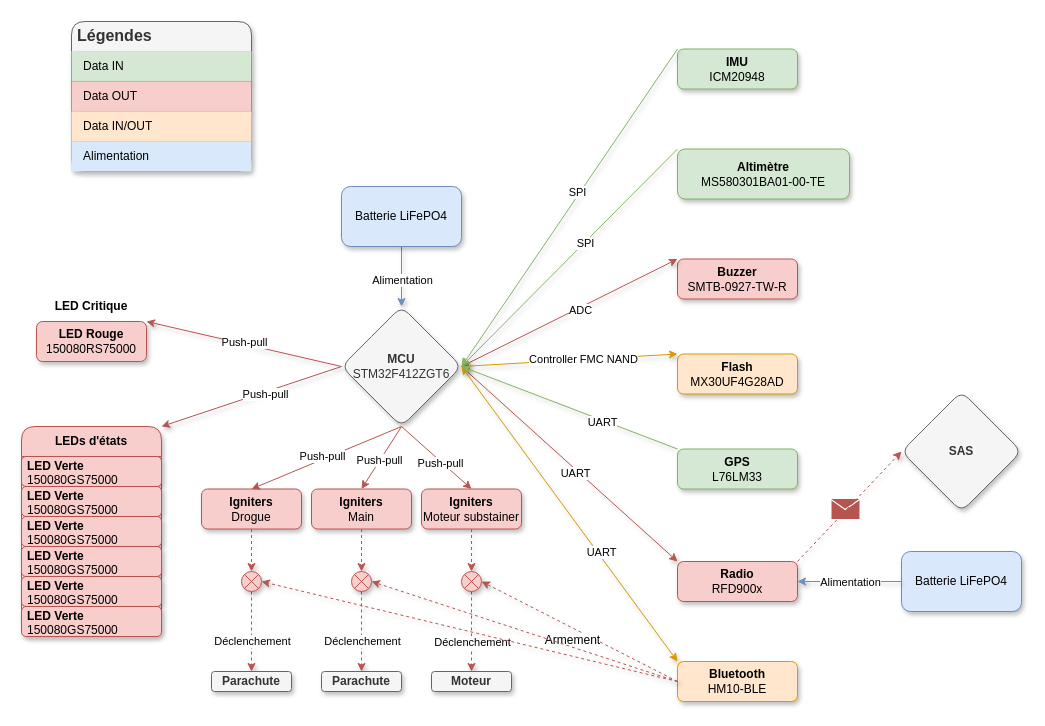
GAULAvionique2024-2025/Ordinateur-de-bord keeps this draw.io diagram as Documentation/ODB2/Composantes/Diagram_ODB2.drawio. Above is the earlier version. Source tidied: cells renumbered, new cells numbered last; positions are measured from the earlier drawing's top-left corner, leaving out a move shared by most shapes. Both pictures are drawn from the tidied source at 100%, with x=0, y=0 at pixel (21, 21).
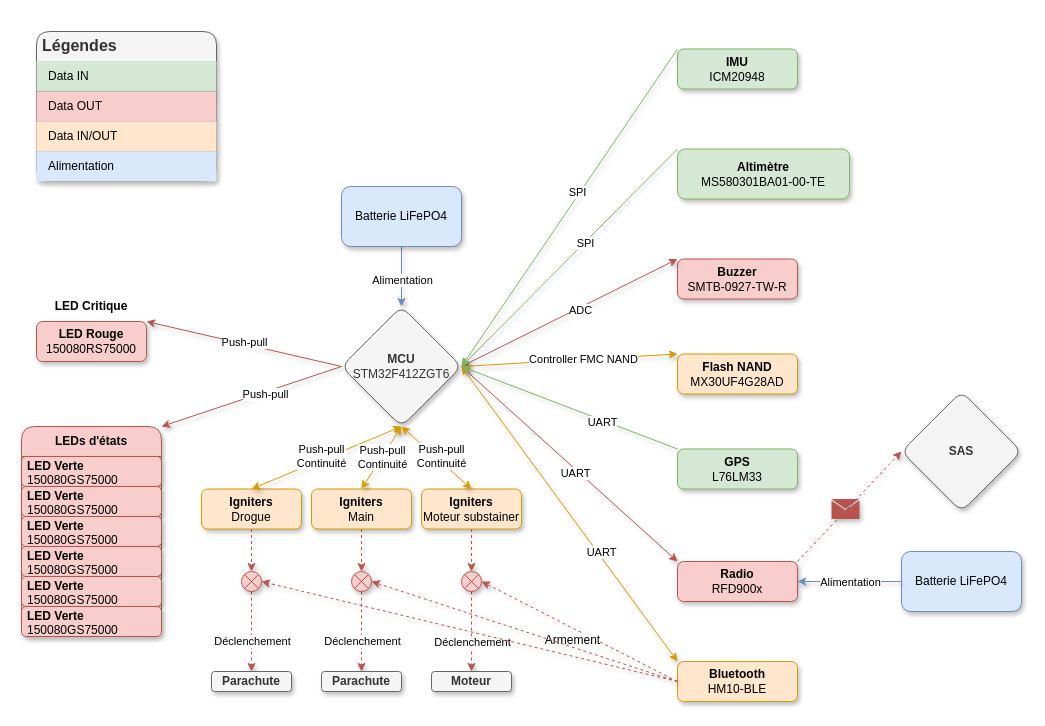
The same diagram, later.

The change refers to these unchanged cells:
```xml
<mxCell id="2" value="&lt;b&gt;MCU&lt;/b&gt;&lt;div&gt;&lt;span style=&quot;background-color: initial;&quot;&gt;STM32F412ZGT6&lt;/span&gt;&lt;br&gt;&lt;/div&gt;" style="rhombus;whiteSpace=wrap;html=1;align=center;shadow=1;rounded=1;verticalAlign=middle;fillColor=#f5f5f5;fontColor=#333333;strokeColor=#666666;" parent="1" vertex="1">
  <mxGeometry x="320" y="285" width="120" height="120" as="geometry" />
</mxCell>
```

What changed in the source:
```diff
@@
-    <mxCell id="5" value="&lt;div&gt;&lt;b&gt;Flash&lt;/b&gt;&lt;/div&gt;&lt;div&gt;MX30UF4G28AD&lt;br&gt;&lt;/div&gt;" style="rounded=1;whiteSpace=wrap;html=1;shadow=1;fillColor=#ffe6cc;strokeColor=#d79b00;" parent="1" vertex="1">
+    <mxCell id="5" value="&lt;div&gt;&lt;b&gt;Flash NAND&lt;/b&gt;&lt;/div&gt;&lt;div&gt;MX30UF4G28AD&lt;br&gt;&lt;/div&gt;" style="rounded=1;whiteSpace=wrap;html=1;shadow=1;fillColor=#ffe6cc;strokeColor=#d79b00;" parent="1" vertex="1">
       <mxGeometry x="656" y="332.5" width="120" height="40" as="geometry" />
     </mxCell>
@@
     <mxCell id="30" value="Légendes" style="shape=table;startSize=30;childLayout=tableLayout;fontSize=16;align=left;verticalAlign=top;fillColor=#f5f5f5;strokeColor=#666666;fontStyle=1;spacingLeft=6;spacing=0;fontColor=#333333;shadow=1;rounded=1;swimlaneLine=0;" parent="1" vertex="1">
-      <mxGeometry x="50" width="180" height="150" as="geometry" />
+      <mxGeometry x="15" y="10" width="180" height="150" as="geometry" />
     </mxCell>
@@
-    <mxCell id="42" value="&lt;b&gt;Igniters&lt;/b&gt;&lt;div&gt;Drogue&lt;/div&gt;" style="rounded=1;whiteSpace=wrap;html=1;fillColor=#f8cecc;strokeColor=#b85450;shadow=1;" parent="1" vertex="1">
+    <mxCell id="42" value="&lt;b&gt;Igniters&lt;/b&gt;&lt;div&gt;Drogue&lt;/div&gt;" style="rounded=1;whiteSpace=wrap;html=1;fillColor=#ffe6cc;strokeColor=#d79b00;shadow=1;" parent="1" vertex="1">
       <mxGeometry x="180" y="467.5" width="100" height="40" as="geometry" />
     </mxCell>
-    <mxCell id="43" value="&lt;b&gt;Igniters&lt;/b&gt;&lt;div&gt;Main&lt;/div&gt;" style="rounded=1;whiteSpace=wrap;html=1;fillColor=#f8cecc;strokeColor=#b85450;shadow=1;" parent="1" vertex="1">
+    <mxCell id="43" value="&lt;b&gt;Igniters&lt;/b&gt;&lt;div&gt;Main&lt;/div&gt;" style="rounded=1;whiteSpace=wrap;html=1;fillColor=#ffe6cc;strokeColor=#d79b00;shadow=1;" parent="1" vertex="1">
       <mxGeometry x="290" y="467.5" width="100" height="40" as="geometry" />
     </mxCell>
-    <mxCell id="44" value="&lt;b&gt;Igniters&lt;/b&gt;&lt;div&gt;Moteur substainer&lt;/div&gt;" style="rounded=1;whiteSpace=wrap;html=1;fillColor=#f8cecc;strokeColor=#b85450;shadow=1;" parent="1" vertex="1">
+    <mxCell id="44" value="&lt;b&gt;Igniters&lt;/b&gt;&lt;div&gt;Moteur substainer&lt;/div&gt;" style="rounded=1;whiteSpace=wrap;html=1;fillColor=#ffe6cc;strokeColor=#d79b00;shadow=1;" parent="1" vertex="1">
       <mxGeometry x="400" y="467.5" width="100" height="40" as="geometry" />
     </mxCell>
@@
-    <mxCell id="49" style="endArrow=classic;html=1;rounded=0;exitX=0.5;exitY=1;exitDx=0;exitDy=0;entryX=0.5;entryY=0;entryDx=0;entryDy=0;fillColor=#f8cecc;strokeColor=#b85450;" parent="1" edge="1" source="2" target="42">
-      <mxGeometry relative="1" as="geometry" />
-    </mxCell>
-    <mxCell id="50" value="Push-pull" style="edgeLabel;html=1;align=center;verticalAlign=middle;" parent="49" vertex="1">
-      <mxGeometry x="0.04" y="-3" relative="1" as="geometry" />
-    </mxCell>
-    <mxCell id="51" style="endArrow=classic;html=1;rounded=0;entryX=0.5;entryY=0;entryDx=0;entryDy=0;exitX=0.5;exitY=1;exitDx=0;exitDy=0;fillColor=#f8cecc;strokeColor=#b85450;" parent="1" edge="1" source="2" target="43">
-      <mxGeometry relative="1" as="geometry" />
-    </mxCell>
-    <mxCell id="52" value="Push-pull" style="edgeLabel;html=1;align=center;verticalAlign=middle;" parent="51" vertex="1">
-      <mxGeometry x="0.07" y="-1" relative="1" as="geometry" />
-    </mxCell>
-    <mxCell id="53" style="endArrow=classic;html=1;rounded=0;entryX=0.5;entryY=0;entryDx=0;entryDy=0;exitX=0.5;exitY=1;exitDx=0;exitDy=0;fillColor=#f8cecc;strokeColor=#b85450;" parent="1" edge="1" source="2" target="44">
-      <mxGeometry relative="1" as="geometry" />
-    </mxCell>
-    <mxCell id="54" value="Push-pull" style="edgeLabel;html=1;align=center;verticalAlign=middle;" parent="53" vertex="1">
-      <mxGeometry x="0.13" y="-1" relative="1" as="geometry" />
-    </mxCell>
@@
-    <mxCell id="82" style="sketch=0;shadow=0;dashed=0;html=1;strokeColor=#b85450;fillColor=#b85450;labelPosition=center;verticalLabelPosition=bottom;verticalAlign=top;align=center;shape=mxgraph.veeam2.letter;" parent="1" vertex="1">
+    <mxCell id="82" style="sketch=0;shadow=1;dashed=0;html=1;strokeColor=#b85450;fillColor=#b85450;labelPosition=center;verticalLabelPosition=bottom;verticalAlign=top;align=center;shape=mxgraph.veeam2.letter;" parent="1" vertex="1">
       <mxGeometry x="810" y="477.5" width="28" height="20" as="geometry" />
     </mxCell>
+    <mxCell id="83" style="endArrow=classic;startArrow=classic;html=1;rounded=0;entryX=0.5;entryY=1;entryDx=0;entryDy=0;exitX=0.5;exitY=0;exitDx=0;exitDy=0;fillColor=#ffe6cc;strokeColor=#d79b00;shadow=1;" parent="1" edge="1" source="42" target="2">
+      <mxGeometry relative="1" as="geometry" />
+    </mxCell>
+    <mxCell id="84" value="Push-pull&lt;div&gt;Continuité&lt;/div&gt;" style="edgeLabel;html=1;align=center;verticalAlign=middle;" parent="83" vertex="1">
+      <mxGeometry x="0.56" y="1" relative="1" as="geometry">
+        <mxPoint x="-47" y="17" as="offset" />
+      </mxGeometry>
+    </mxCell>
+    <mxCell id="85" style="endArrow=classic;startArrow=classic;html=1;rounded=0;entryX=0.5;entryY=1;entryDx=0;entryDy=0;exitX=0.5;exitY=0;exitDx=0;exitDy=0;fillColor=#ffe6cc;strokeColor=#d79b00;shadow=1;" parent="1" edge="1" source="43" target="2">
+      <mxGeometry relative="1" as="geometry" />
+    </mxCell>
+    <mxCell id="86" value="Push-pull&lt;div&gt;Continuité&lt;/div&gt;" style="edgeLabel;html=1;align=center;verticalAlign=middle;" parent="85" vertex="1">
+      <mxGeometry x="0.56" y="1" relative="1" as="geometry">
+        <mxPoint x="-10" y="17" as="offset" />
+      </mxGeometry>
+    </mxCell>
+    <mxCell id="87" style="endArrow=classic;startArrow=classic;html=1;rounded=0;entryX=0.5;entryY=1;entryDx=0;entryDy=0;exitX=0.5;exitY=0;exitDx=0;exitDy=0;fillColor=#ffe6cc;strokeColor=#d79b00;shadow=1;" parent="1" edge="1" source="44" target="2">
+      <mxGeometry relative="1" as="geometry" />
+    </mxCell>
+    <mxCell id="88" value="Push-pull&lt;div&gt;Continuité&lt;/div&gt;" style="edgeLabel;html=1;align=center;verticalAlign=middle;" parent="87" vertex="1">
+      <mxGeometry x="0.56" y="1" relative="1" as="geometry">
+        <mxPoint x="25" y="15" as="offset" />
+      </mxGeometry>
+    </mxCell>
```
